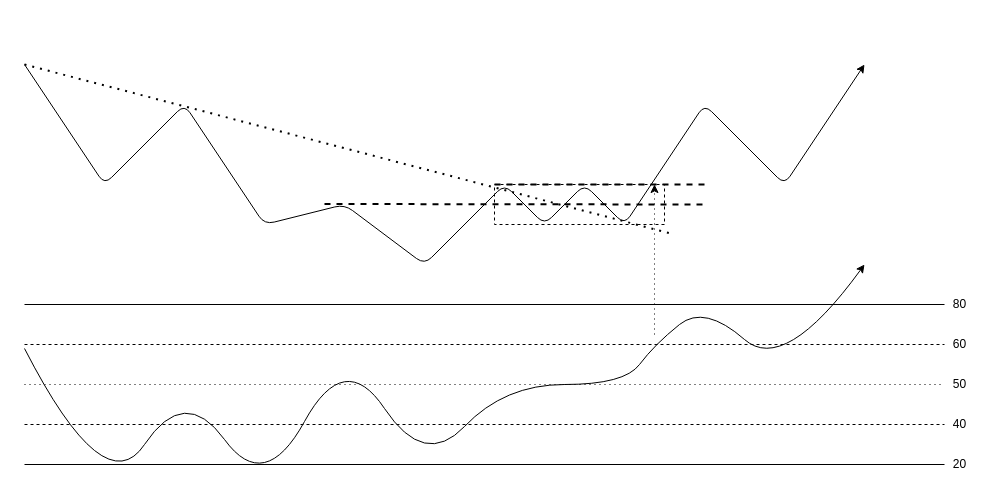
Above: draws/fundamental.drawio in uzziahmogg/LithiumIndicator (draw.io), before the change. Source tidied: cells renumbered, new cells numbered last; positions are measured from the earlier drawing's top-left corner, leaving out a move shared by most shapes. Both pictures are drawn from the tidied source at 100%, with x=0, y=0 at pixel (24, 64).
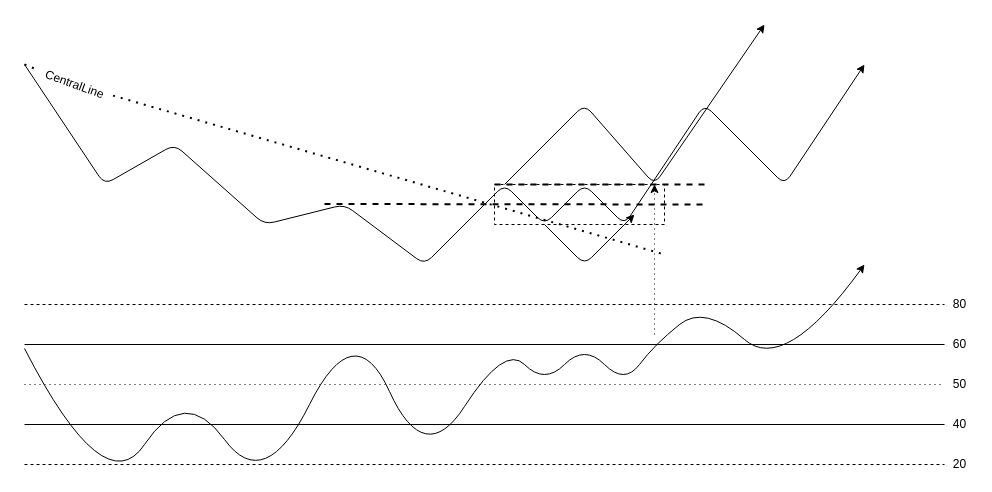
The same diagram, later.

Change to the diagram source:
```diff
@@
-    <mxCell id="3" style="endArrow=none;dashed=1;html=1;dashPattern=1 3;strokeWidth=2;" parent="1" edge="1">
+    <mxCell id="3" style="endArrow=none;dashed=1;html=1;dashPattern=1 3;strokeWidth=2;startArrow=none;" parent="1" edge="1" source="20">
       <mxGeometry relative="1" as="geometry">
-        <mxPoint as="sourcePoint" />
-        <mxPoint x="650" y="170" as="targetPoint" />
+        <mxPoint x="640" y="190" as="targetPoint" />
       </mxGeometry>
     </mxCell>
     <mxCell id="4" style="endArrow=classic;html=1;" parent="1" edge="1">
       <mxGeometry relative="1" as="geometry">
         <mxPoint as="sourcePoint" />
         <mxPoint x="840" as="targetPoint" />
         <Array as="points">
           <mxPoint x="80" y="120" />
-          <mxPoint x="160" y="40" />
+          <mxPoint x="150" y="80" />
           <mxPoint x="240" y="160" />
           <mxPoint x="320" y="140" />
           <mxPoint x="400" y="200" />
           <mxPoint x="480" y="120" />
           <mxPoint x="520" y="160" />
           <mxPoint x="560" y="120" />
           <mxPoint x="600" y="160" />
           <mxPoint x="680" y="40" />
           <mxPoint x="760" y="120" />
         </Array>
       </mxGeometry>
     </mxCell>
     <mxCell id="5" style="curved=1;endArrow=classic;html=1;" parent="1" edge="1">
       <mxGeometry relative="1" as="geometry">
         <mxPoint y="284" as="sourcePoint" />
         <mxPoint x="840" y="200" as="targetPoint" />
         <Array as="points">
           <mxPoint x="80" y="440" />
           <mxPoint x="160" y="320" />
           <mxPoint x="240" y="430" />
-          <mxPoint x="320" y="284" />
+          <mxPoint x="330" y="250" />
           <mxPoint x="400" y="404" />
-          <mxPoint x="480" y="320" />
+          <mxPoint x="480" y="280" />
+          <mxPoint x="520" y="320" />
+          <mxPoint x="560" y="280" />
           <mxPoint x="600" y="320" />
           <mxPoint x="630" y="280" />
           <mxPoint x="680" y="240" />
           <mxPoint x="760" y="310" />
         </Array>
       </mxGeometry>
     </mxCell>
@@
-    <mxCell id="7" style="endArrow=none;html=1;" parent="1" edge="1">
+    <mxCell id="7" style="endArrow=none;html=1;dashed=1;" parent="1" edge="1">
       <mxGeometry relative="1" as="geometry">
         <mxPoint y="240" as="sourcePoint" />
         <mxPoint x="920" y="240" as="targetPoint" />
       </mxGeometry>
     </mxCell>
-    <mxCell id="8" style="endArrow=none;html=1;" parent="1" edge="1">
+    <mxCell id="8" style="endArrow=none;html=1;dashed=1;" parent="1" edge="1">
       <mxGeometry relative="1" as="geometry">
         <mxPoint y="400" as="sourcePoint" />
         <mxPoint x="920" y="400" as="targetPoint" />
       </mxGeometry>
     </mxCell>
-    <mxCell id="9" style="endArrow=none;html=1;dashed=1;" parent="1" edge="1">
+    <mxCell id="9" style="endArrow=none;html=1;" parent="1" edge="1">
       <mxGeometry relative="1" as="geometry">
         <mxPoint y="280" as="sourcePoint" />
         <mxPoint x="920" y="280" as="targetPoint" />
       </mxGeometry>
     </mxCell>
-    <mxCell id="10" style="endArrow=none;html=1;dashed=1;" parent="1" edge="1">
+    <mxCell id="10" style="endArrow=none;html=1;" parent="1" edge="1">
       <mxGeometry relative="1" as="geometry">
         <mxPoint y="360" as="sourcePoint" />
         <mxPoint x="920" y="360" as="targetPoint" />
       </mxGeometry>
     </mxCell>
@@
+    <mxCell id="19" style="endArrow=classic;html=1;" parent="1" edge="1">
+      <mxGeometry relative="1" as="geometry">
+        <mxPoint x="480" y="120" as="sourcePoint" />
+        <mxPoint x="740" y="-40" as="targetPoint" />
+        <Array as="points">
+          <mxPoint x="560" y="40" />
+          <mxPoint x="630" y="120" />
+        </Array>
+      </mxGeometry>
+    </mxCell>
+    <mxCell id="20" value="CentralLine" style="text;html=1;align=center;verticalAlign=middle;points=[];strokeColor=none;rotation=20;" parent="1" vertex="1">
+      <mxGeometry x="10" y="10" width="80" height="20" as="geometry" />
+    </mxCell>
+    <mxCell id="21" style="endArrow=none;dashed=1;html=1;dashPattern=1 3;strokeWidth=2;" parent="1" edge="1" target="20">
+      <mxGeometry relative="1" as="geometry">
+        <mxPoint as="sourcePoint" />
+      </mxGeometry>
+    </mxCell>
+    <mxCell id="22" style="endArrow=classic;html=1;" parent="1" edge="1">
+      <mxGeometry relative="1" as="geometry">
+        <mxPoint x="520" y="160" as="sourcePoint" />
+        <mxPoint x="610" y="150" as="targetPoint" />
+        <Array as="points">
+          <mxPoint x="560" y="200" />
+        </Array>
+      </mxGeometry>
+    </mxCell>
```
